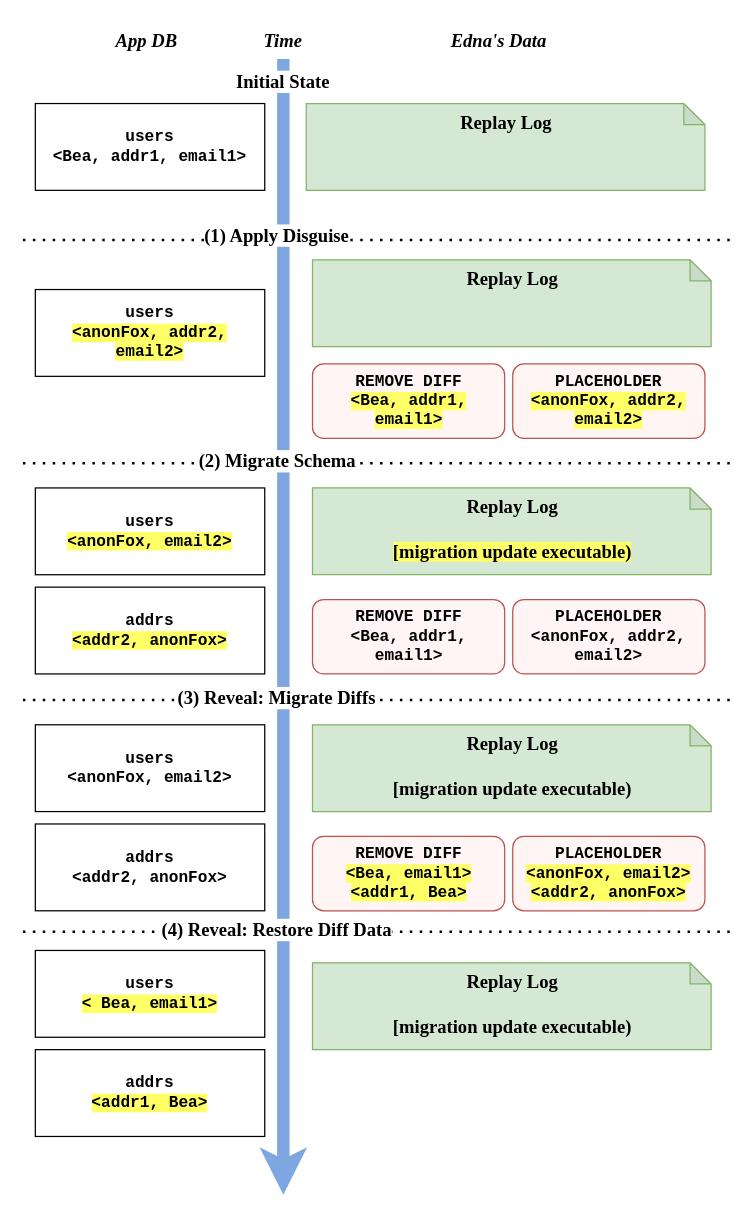
This is page "updates_migration" (18 of 21) of thesis/figs/edna.drawio from tslilyai/thesis, a draw.io file, before an edit. Source tidied: cells renumbered, new cells numbered last; positions are measured from the earlier drawing's top-left corner, leaving out a move shared by most shapes. Both pictures are drawn from the tidied source at 124%, with x=0, y=0 at pixel (22, 21).
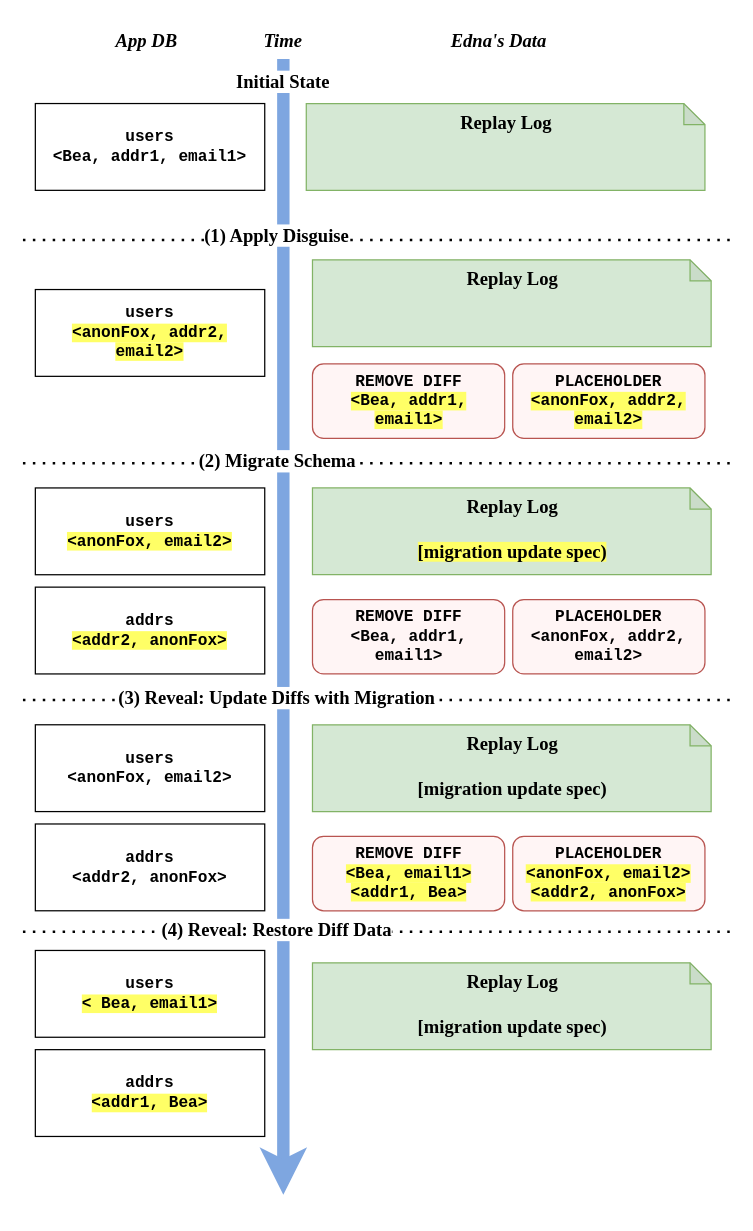
The same diagram, later.

Change to the diagram source:
```diff
@@
-    <mxCell id="19" value="&lt;span style=&quot;font-size: 15px;&quot;&gt;Replay Log&lt;br style=&quot;font-size: 15px;&quot;&gt;&lt;/span&gt;&lt;br style=&quot;font-size: 15px;&quot;&gt;&lt;span style=&quot;background-color: rgb(255, 255, 102);&quot;&gt;[migration update executable)&lt;br style=&quot;font-size: 15px;&quot;&gt;&lt;/span&gt;&lt;br style=&quot;font-size: 15px;&quot;&gt;&lt;div style=&quot;font-size: 15px;&quot;&gt;&lt;br style=&quot;font-size: 15px;&quot;&gt;&lt;/div&gt;" style="shape=note;whiteSpace=wrap;html=1;backgroundOutline=1;darkOpacity=0.05;size=17;fillColor=#d5e8d4;strokeColor=#82b366;fontSize=15;verticalAlign=top;fontFamily=Times New Roman;fontStyle=1;" parent="1" vertex="1">
+    <mxCell id="19" value="&lt;span style=&quot;font-size: 15px;&quot;&gt;Replay Log&lt;br style=&quot;font-size: 15px;&quot;&gt;&lt;/span&gt;&lt;br style=&quot;font-size: 15px;&quot;&gt;&lt;span style=&quot;background-color: rgb(255, 255, 102);&quot;&gt;[migration update spec)&lt;br style=&quot;font-size: 15px;&quot;&gt;&lt;/span&gt;&lt;br style=&quot;font-size: 15px;&quot;&gt;&lt;div style=&quot;font-size: 15px;&quot;&gt;&lt;br style=&quot;font-size: 15px;&quot;&gt;&lt;/div&gt;" style="shape=note;whiteSpace=wrap;html=1;backgroundOutline=1;darkOpacity=0.05;size=17;fillColor=#d5e8d4;strokeColor=#82b366;fontSize=15;verticalAlign=top;fontFamily=Times New Roman;fontStyle=1;" parent="1" vertex="1">
       <mxGeometry x="233.5" y="376" width="321.5" height="70" as="geometry" />
     </mxCell>
@@
-    <mxCell id="22" value="&lt;span style=&quot;font-size: 15px;&quot;&gt;Replay Log&lt;br style=&quot;font-size: 15px;&quot;&gt;&lt;/span&gt;&lt;br style=&quot;font-size: 15px;&quot;&gt;[migration update executable)&lt;br style=&quot;font-size: 15px;&quot;&gt;&lt;br style=&quot;font-size: 15px;&quot;&gt;&lt;div style=&quot;font-size: 15px;&quot;&gt;&lt;br style=&quot;font-size: 15px;&quot;&gt;&lt;/div&gt;" style="shape=note;whiteSpace=wrap;html=1;backgroundOutline=1;darkOpacity=0.05;size=17;fillColor=#d5e8d4;strokeColor=#82b366;fontSize=15;verticalAlign=top;fontFamily=Times New Roman;fontStyle=1;" parent="1" vertex="1">
+    <mxCell id="22" value="&lt;span style=&quot;font-size: 15px;&quot;&gt;Replay Log&lt;br style=&quot;font-size: 15px;&quot;&gt;&lt;/span&gt;&lt;br style=&quot;font-size: 15px;&quot;&gt;[migration update spec)&lt;br style=&quot;font-size: 15px;&quot;&gt;&lt;br style=&quot;font-size: 15px;&quot;&gt;&lt;div style=&quot;font-size: 15px;&quot;&gt;&lt;br style=&quot;font-size: 15px;&quot;&gt;&lt;/div&gt;" style="shape=note;whiteSpace=wrap;html=1;backgroundOutline=1;darkOpacity=0.05;size=17;fillColor=#d5e8d4;strokeColor=#82b366;fontSize=15;verticalAlign=top;fontFamily=Times New Roman;fontStyle=1;" parent="1" vertex="1">
       <mxGeometry x="233.5" y="567" width="321.5" height="70" as="geometry" />
     </mxCell>
-    <mxCell id="23" value="&lt;span style=&quot;font-size: 15px;&quot;&gt;Replay Log&lt;br style=&quot;font-size: 15px;&quot;&gt;&lt;/span&gt;&lt;br style=&quot;font-size: 15px;&quot;&gt;[migration update executable)&lt;br style=&quot;font-size: 15px;&quot;&gt;&lt;br style=&quot;font-size: 15px;&quot;&gt;&lt;div style=&quot;font-size: 15px;&quot;&gt;&lt;br style=&quot;font-size: 15px;&quot;&gt;&lt;/div&gt;" style="shape=note;whiteSpace=wrap;html=1;backgroundOutline=1;darkOpacity=0.05;size=17;fillColor=#d5e8d4;strokeColor=#82b366;fontSize=15;verticalAlign=top;fontFamily=Times New Roman;fontStyle=1;" parent="1" vertex="1">
+    <mxCell id="23" value="&lt;span style=&quot;font-size: 15px;&quot;&gt;Replay Log&lt;br style=&quot;font-size: 15px;&quot;&gt;&lt;/span&gt;&lt;br style=&quot;font-size: 15px;&quot;&gt;[migration update spec)&lt;br style=&quot;font-size: 15px;&quot;&gt;&lt;br style=&quot;font-size: 15px;&quot;&gt;&lt;div style=&quot;font-size: 15px;&quot;&gt;&lt;br style=&quot;font-size: 15px;&quot;&gt;&lt;/div&gt;" style="shape=note;whiteSpace=wrap;html=1;backgroundOutline=1;darkOpacity=0.05;size=17;fillColor=#d5e8d4;strokeColor=#82b366;fontSize=15;verticalAlign=top;fontFamily=Times New Roman;fontStyle=1;" parent="1" vertex="1">
       <mxGeometry x="233.5" y="759" width="321.5" height="70" as="geometry" />
     </mxCell>
@@
-    <mxCell id="28" value="(3) Reveal: Migrate Diffs" style="text;html=1;align=center;verticalAlign=middle;whiteSpace=wrap;rounded=0;fontStyle=1;fontSize=15;fontFamily=Times New Roman;labelBackgroundColor=default;spacing=0;" parent="1" vertex="1">
+    <mxCell id="28" value="(3) Reveal: Update Diffs with Migration" style="text;html=1;align=center;verticalAlign=middle;whiteSpace=wrap;rounded=0;fontStyle=1;fontSize=15;fontFamily=Times New Roman;labelBackgroundColor=default;spacing=0;" parent="1" vertex="1">
       <mxGeometry x="40" y="530" width="330" height="30" as="geometry" />
     </mxCell>
```
